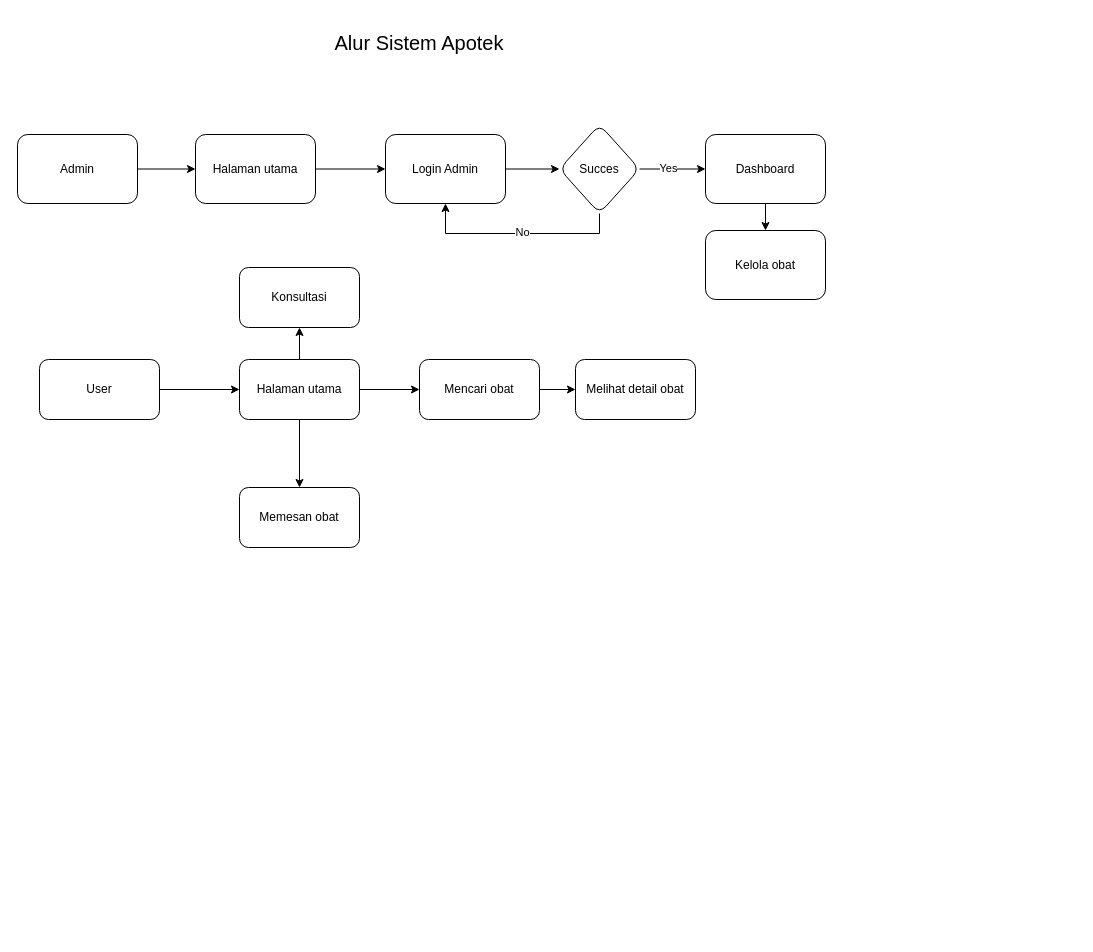
Above: page "Alur" (1 of 2) of alur-apotek.drawio in reezyee/apotek (draw.io), before the change. Source tidied: cells renumbered, new cells numbered last; positions are measured from the earlier drawing's top-left corner, leaving out a move shared by most shapes. Both pictures are drawn from the tidied source at 100%, with x=0, y=0 at pixel (17, 27).
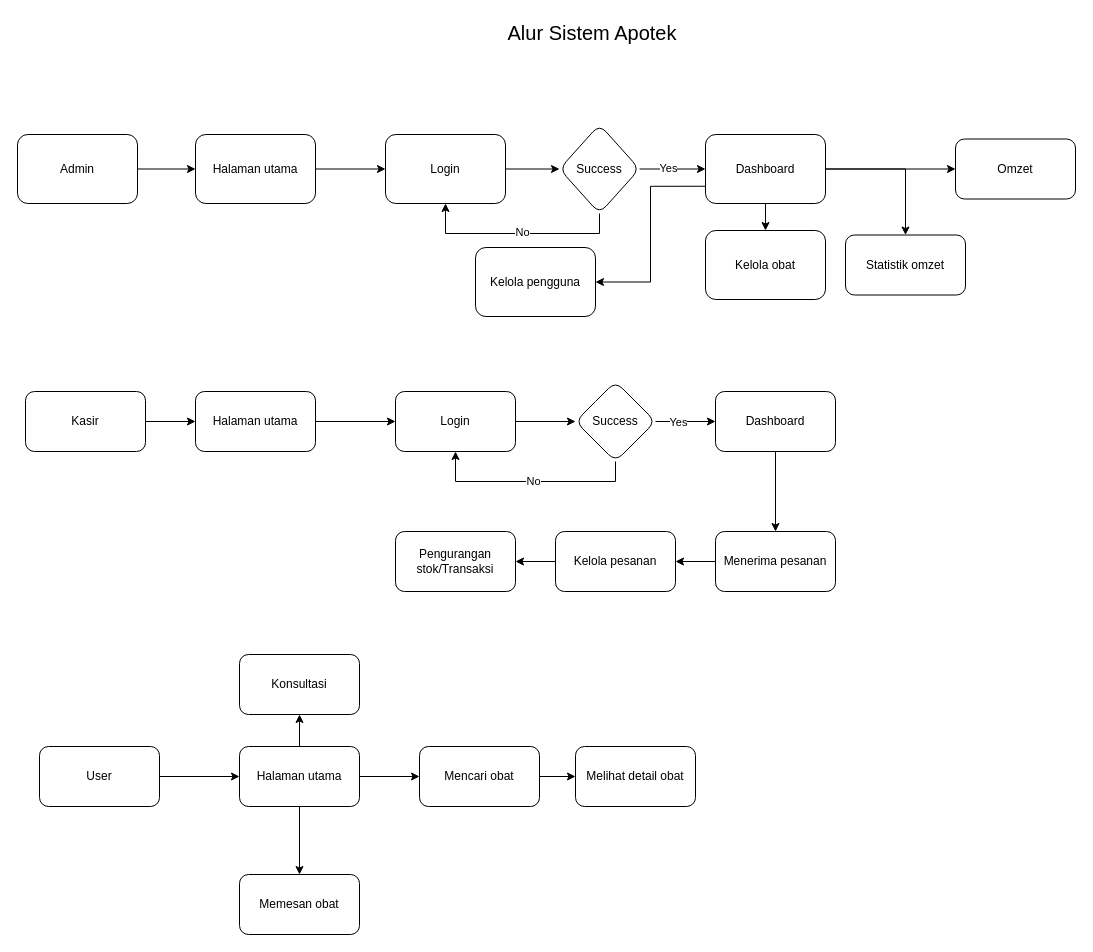
The same page after the edit.

The change refers to these unchanged cells:
```xml
<mxCell id="14" value="Dashboard" style="whiteSpace=wrap;html=1;rounded=1;" parent="1" vertex="1">
  <mxGeometry x="688" y="107" width="120" height="69" as="geometry" />
</mxCell>
```

The edit, as a diff of the source:
```diff
@@
-    <mxCell id="7" value="Login Admin" style="whiteSpace=wrap;html=1;rounded=1;" parent="1" vertex="1">
+    <mxCell id="7" value="Login" style="whiteSpace=wrap;html=1;rounded=1;" parent="1" vertex="1">
       <mxGeometry x="368" y="107" width="120" height="69" as="geometry" />
     </mxCell>
@@
-    <mxCell id="12" value="Succes" style="rhombus;whiteSpace=wrap;html=1;rounded=1;" parent="1" vertex="1">
+    <mxCell id="12" value="Success" style="rhombus;whiteSpace=wrap;html=1;rounded=1;" parent="1" vertex="1">
       <mxGeometry x="542" y="97" width="80" height="89" as="geometry" />
     </mxCell>
@@
+    <mxCell id="28" style="edgeStyle=orthogonalEdgeStyle;rounded=0;jettySize=auto;html=1;exitX=0;exitY=0.75;exitDx=0;exitDy=0;entryX=1;entryY=0.5;entryDx=0;entryDy=0;" parent="1" edge="1" source="14" target="49">
+      <mxGeometry relative="1" as="geometry" />
+    </mxCell>
+    <mxCell id="29" style="edgeStyle=orthogonalEdgeStyle;rounded=0;jettySize=auto;html=1;" parent="1" edge="1" source="14" target="50">
+      <mxGeometry relative="1" as="geometry" />
+    </mxCell>
+    <mxCell id="30" style="edgeStyle=orthogonalEdgeStyle;rounded=0;jettySize=auto;html=1;" parent="1" edge="1" source="14" target="51">
+      <mxGeometry relative="1" as="geometry" />
+    </mxCell>
@@
     <mxCell id="17" value="User" style="rounded=1;whiteSpace=wrap;html=1;" parent="1" vertex="1">
-      <mxGeometry x="22" y="332" width="120" height="60" as="geometry" />
+      <mxGeometry x="22" y="719" width="120" height="60" as="geometry" />
     </mxCell>
@@
     <mxCell id="21" value="Halaman utama" style="whiteSpace=wrap;html=1;rounded=1;" parent="1" vertex="1">
-      <mxGeometry x="222" y="332" width="120" height="60" as="geometry" />
+      <mxGeometry x="222" y="719" width="120" height="60" as="geometry" />
     </mxCell>
@@
     <mxCell id="23" value="Mencari obat" style="whiteSpace=wrap;html=1;rounded=1;" parent="1" vertex="1">
-      <mxGeometry x="402" y="332" width="120" height="60" as="geometry" />
+      <mxGeometry x="402" y="719" width="120" height="60" as="geometry" />
     </mxCell>
     <mxCell id="24" value="Memesan obat" style="rounded=1;whiteSpace=wrap;html=1;" parent="1" vertex="1">
-      <mxGeometry x="222" y="460" width="120" height="60" as="geometry" />
+      <mxGeometry x="222" y="847" width="120" height="60" as="geometry" />
     </mxCell>
     <mxCell id="25" value="Melihat detail obat" style="rounded=1;whiteSpace=wrap;html=1;" parent="1" vertex="1">
-      <mxGeometry x="558" y="332" width="120" height="60" as="geometry" />
+      <mxGeometry x="558" y="719" width="120" height="60" as="geometry" />
     </mxCell>
     <mxCell id="26" value="Konsultasi" style="whiteSpace=wrap;html=1;rounded=1;" parent="1" vertex="1">
-      <mxGeometry x="222" y="240" width="120" height="60" as="geometry" />
+      <mxGeometry x="222" y="627" width="120" height="60" as="geometry" />
     </mxCell>
     <mxCell id="27" value="Alur Sistem Apotek" style="text;html=1;align=center;verticalAlign=middle;whiteSpace=wrap;rounded=0;fontSize=20;" parent="1" vertex="1">
-      <mxGeometry x="299" width="206" height="30" as="geometry" />
+      <mxGeometry x="472" y="-10" width="206" height="30" as="geometry" />
     </mxCell>
+    <mxCell id="31" style="edgeStyle=orthogonalEdgeStyle;rounded=0;jettySize=auto;html=1;" parent="1" edge="1" source="32" target="34">
+      <mxGeometry relative="1" as="geometry" />
+    </mxCell>
+    <mxCell id="32" value="Kasir" style="rounded=1;whiteSpace=wrap;html=1;" parent="1" vertex="1">
+      <mxGeometry x="8" y="364" width="120" height="60" as="geometry" />
+    </mxCell>
+    <mxCell id="33" style="edgeStyle=orthogonalEdgeStyle;rounded=0;jettySize=auto;html=1;" parent="1" edge="1" source="34" target="36">
+      <mxGeometry relative="1" as="geometry" />
+    </mxCell>
+    <mxCell id="34" value="Halaman utama" style="rounded=1;whiteSpace=wrap;html=1;" parent="1" vertex="1">
+      <mxGeometry x="178" y="364" width="120" height="60" as="geometry" />
+    </mxCell>
+    <mxCell id="35" style="edgeStyle=orthogonalEdgeStyle;rounded=0;jettySize=auto;html=1;" parent="1" edge="1" source="36" target="41">
+      <mxGeometry relative="1" as="geometry" />
+    </mxCell>
+    <mxCell id="36" value="Login" style="rounded=1;whiteSpace=wrap;html=1;" parent="1" vertex="1">
+      <mxGeometry x="378" y="364" width="120" height="60" as="geometry" />
+    </mxCell>
+    <mxCell id="37" style="edgeStyle=orthogonalEdgeStyle;rounded=0;jettySize=auto;html=1;exitX=0.5;exitY=1;exitDx=0;exitDy=0;entryX=0.5;entryY=1;entryDx=0;entryDy=0;" parent="1" edge="1" source="41" target="36">
+      <mxGeometry relative="1" as="geometry" />
+    </mxCell>
+    <mxCell id="38" value="No" style="edgeLabel;html=1;align=center;verticalAlign=middle;" parent="37" vertex="1">
+      <mxGeometry x="-0.02" y="-1" relative="1" as="geometry" />
+    </mxCell>
+    <mxCell id="39" style="edgeStyle=orthogonalEdgeStyle;rounded=0;jettySize=auto;html=1;" parent="1" edge="1" source="41" target="43">
+      <mxGeometry relative="1" as="geometry" />
+    </mxCell>
+    <mxCell id="40" value="Yes" style="edgeLabel;html=1;align=center;verticalAlign=middle;" parent="39" vertex="1">
+      <mxGeometry x="-0.27" relative="1" as="geometry" />
+    </mxCell>
+    <mxCell id="41" value="Success" style="rhombus;whiteSpace=wrap;html=1;rounded=1;" parent="1" vertex="1">
+      <mxGeometry x="558" y="354" width="80" height="80" as="geometry" />
+    </mxCell>
+    <mxCell id="42" style="edgeStyle=orthogonalEdgeStyle;rounded=0;jettySize=auto;html=1;" parent="1" edge="1" source="43" target="45">
+      <mxGeometry relative="1" as="geometry" />
+    </mxCell>
+    <mxCell id="43" value="Dashboard" style="whiteSpace=wrap;html=1;rounded=1;" parent="1" vertex="1">
+      <mxGeometry x="698" y="364" width="120" height="60" as="geometry" />
+    </mxCell>
+    <mxCell id="44" style="edgeStyle=orthogonalEdgeStyle;rounded=0;jettySize=auto;html=1;exitX=0;exitY=0.5;exitDx=0;exitDy=0;entryX=1;entryY=0.5;entryDx=0;entryDy=0;" parent="1" edge="1" source="45" target="47">
+      <mxGeometry relative="1" as="geometry" />
+    </mxCell>
+    <mxCell id="45" value="Menerima pesanan" style="rounded=1;whiteSpace=wrap;html=1;" parent="1" vertex="1">
+      <mxGeometry x="698" y="504" width="120" height="60" as="geometry" />
+    </mxCell>
+    <mxCell id="46" style="edgeStyle=orthogonalEdgeStyle;rounded=0;jettySize=auto;html=1;" parent="1" edge="1" source="47" target="48">
+      <mxGeometry relative="1" as="geometry" />
+    </mxCell>
+    <mxCell id="47" value="Kelola pesanan" style="rounded=1;whiteSpace=wrap;html=1;" parent="1" vertex="1">
+      <mxGeometry x="538" y="504" width="120" height="60" as="geometry" />
+    </mxCell>
+    <mxCell id="48" value="Pengurangan stok/Transaksi" style="whiteSpace=wrap;html=1;rounded=1;" parent="1" vertex="1">
+      <mxGeometry x="378" y="504" width="120" height="60" as="geometry" />
+    </mxCell>
+    <mxCell id="49" value="Kelola pengguna" style="rounded=1;whiteSpace=wrap;html=1;" parent="1" vertex="1">
+      <mxGeometry x="458" y="220" width="120" height="69" as="geometry" />
+    </mxCell>
+    <mxCell id="50" value="Omzet" style="whiteSpace=wrap;html=1;rounded=1;" parent="1" vertex="1">
+      <mxGeometry x="938" y="111.5" width="120" height="60" as="geometry" />
+    </mxCell>
+    <mxCell id="51" value="Statistik omzet" style="whiteSpace=wrap;html=1;rounded=1;" parent="1" vertex="1">
+      <mxGeometry x="828" y="207.5" width="120" height="60" as="geometry" />
+    </mxCell>
```
